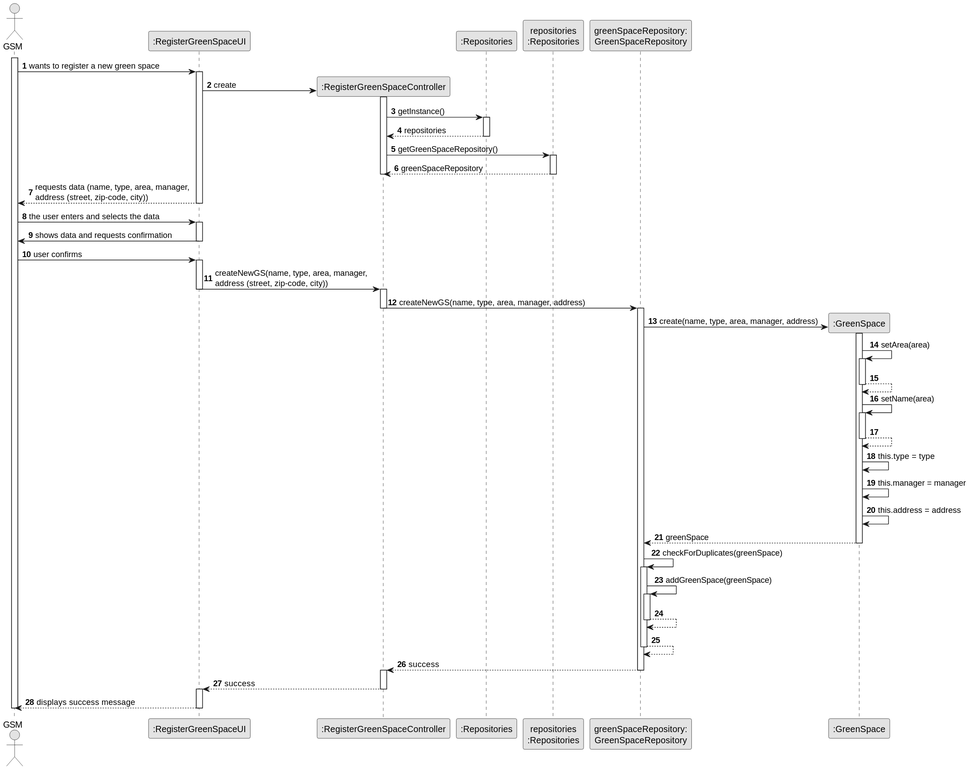
This is docs/sprintC/us020/03.design/svg/us020-sequence-diagram-full.svg from ricardomm7/leaflink, a PlantUML export, as it was before one commit.
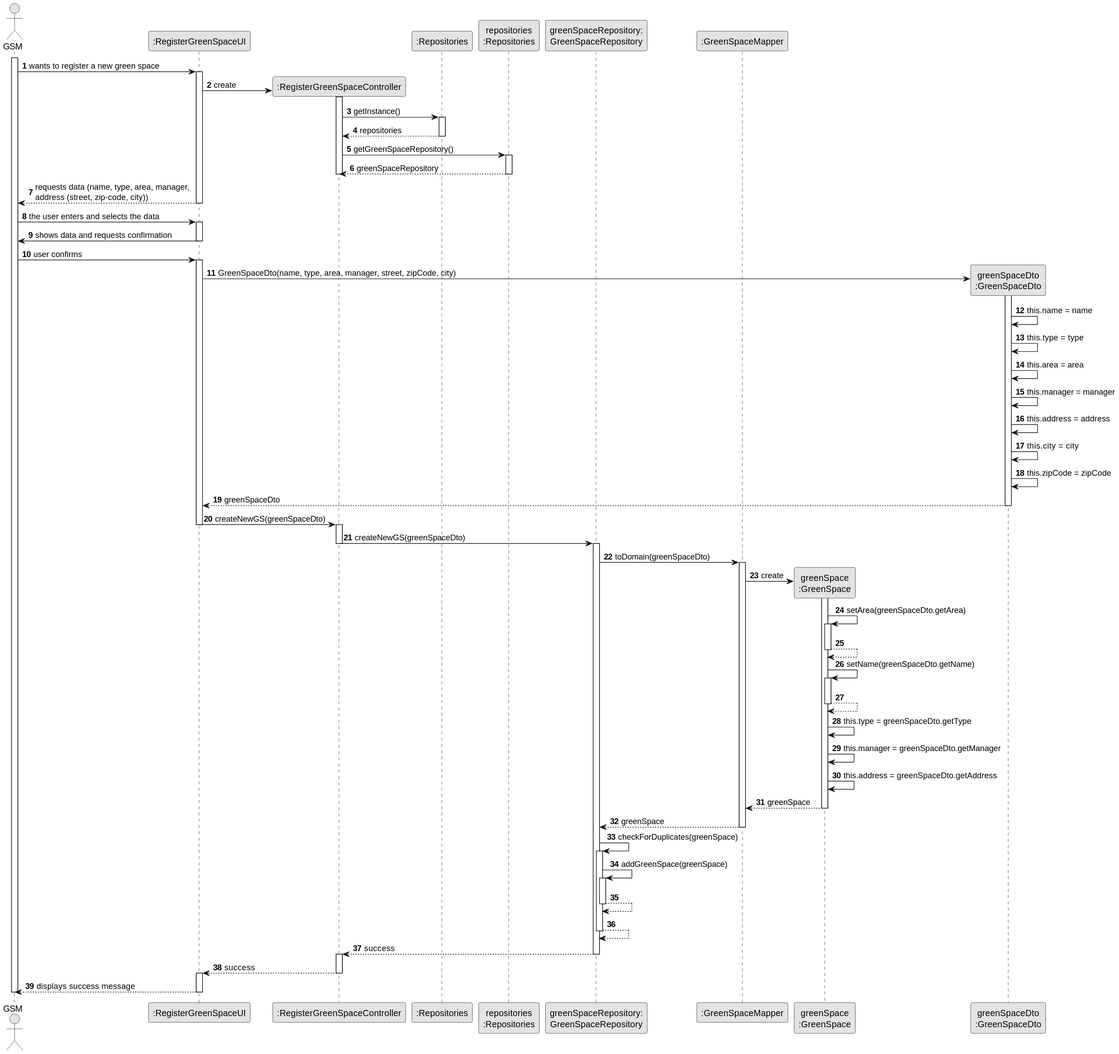
After the commit.

The edit, as a diff of the source:
```diff
@@ -12,7 +12,9 @@
 participant ":Repositories" as RepositorySingleton
 participant "repositories\n:Repositories" as PLAT
 participant "greenSpaceRepository:\nGreenSpaceRepository" as gsrepo
-participant ":GreenSpace" as GS
+participant ":GreenSpaceMapper" as GSMP
+participant "greenSpace\n:GreenSpace" as GS
+participant "greenSpaceDto\n:GreenSpaceDto" as DTO
 
 activate GSM
 
@@ -38,32 +40,50 @@
 deactivate UI
 GSM -> UI: user confirms
 activate UI
-UI -> CTRL : createNewGS(name, type, area, manager, \naddress (street, zip-code, city))
+
+UI->DTO** : GreenSpaceDto(name, type, area, manager, street, zipCode, city)
+activate DTO
+DTO -> DTO : this.name = name
+DTO -> DTO : this.type = type
+DTO -> DTO : this.area = area
+DTO -> DTO : this.manager = manager
+DTO -> DTO : this.address = address
+DTO -> DTO : this.city = city
+DTO -> DTO : this.zipCode = zipCode
+DTO --> UI : greenSpaceDto
+deactivate DTO
+
+UI -> CTRL : createNewGS(greenSpaceDto)
 deactivate UI
 activate CTRL
-CTRL -> gsrepo : createNewGS(name, type, area, manager, address)
+CTRL -> gsrepo : createNewGS(greenSpaceDto)
 deactivate CTRL
 activate gsrepo
-gsrepo -> GS** : create(name, type, area, manager, address)
+gsrepo -> GSMP : toDomain(greenSpaceDto)
+activate GSMP
+
+GSMP -> GS** : create
 
 activate GS
-GS -> GS : setArea(area)
+GS -> GS : setArea(greenSpaceDto.getArea)
 activate GS
 GS --> GS
 deactivate GS
 
-GS -> GS : setName(area)
+GS -> GS : setName(greenSpaceDto.getName)
 activate GS
 GS --> GS
 deactivate GS
 
-GS -> GS : this.type = type
+GS -> GS : this.type = greenSpaceDto.getType
 
-GS -> GS : this.manager = manager
-GS -> GS : this.address = address
+GS -> GS : this.manager = greenSpaceDto.getManager
+GS -> GS : this.address = greenSpaceDto.getAddress
 
-GS --> gsrepo : greenSpace
+GS --> GSMP : greenSpace
 deactivate GS
+GSMP --> gsrepo : greenSpace
+deactivate GSMP
 gsrepo -> gsrepo : checkForDuplicates(greenSpace)
 activate gsrepo
 gsrepo -> gsrepo : addGreenSpace(greenSpace)
```
